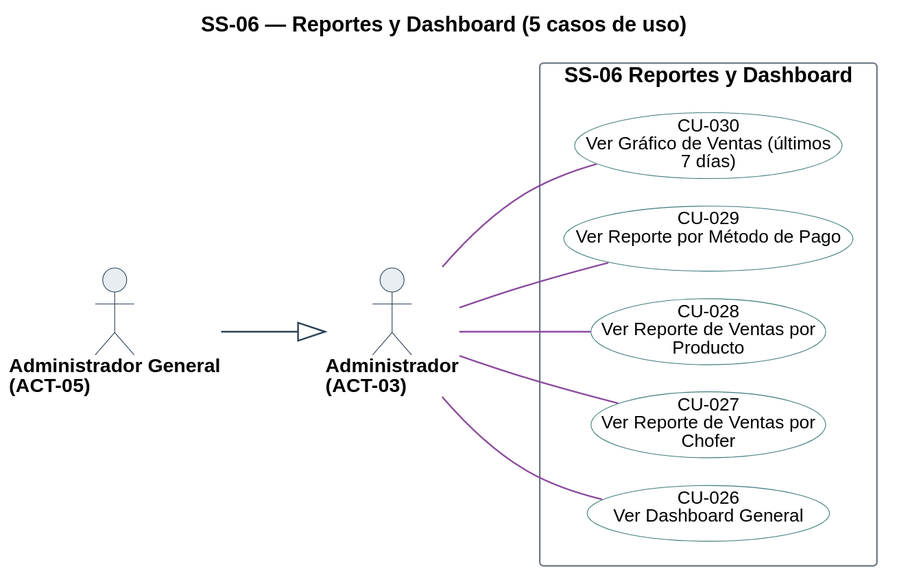
This is diagramas/uml/CU_SS-06_Reportes-Y-Dashboard.svg from Nahuelito-Dev/splg-docs, a PlantUML export, as it was before one commit.
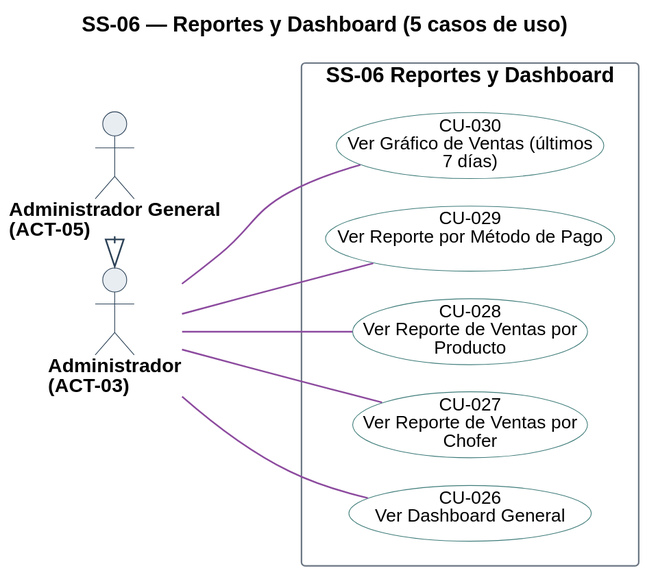
The same file after the commit.

Diff of the diagram source:
```diff
@@ -50,5 +50,5 @@
 A03 -[#8C4A9E]- U028
 A03 -[#8C4A9E]- U029
 A03 -[#8C4A9E]- U030
-A05 --|> A03
+A05 -right-|> A03
 @enduml
```
